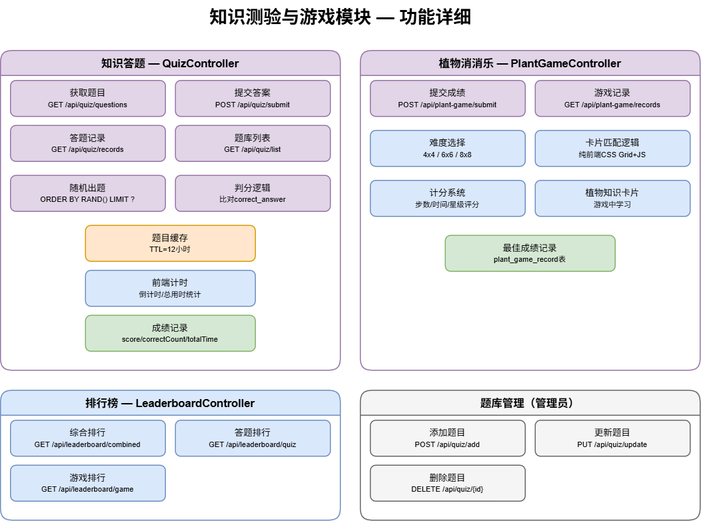
The draw.io diagram docs/diagrams-png/module-quiz-game.drawio.png in yhe3603-star/Graduation-Project, before a commit. Source tidied: cells renumbered, new cells last; positions are measured from the earlier drawing's top-left corner, leaving out a move shared by most shapes. Source of this version:
```xml
<mxGraphModel>
  <root>
    <mxCell id="0" />
    <mxCell id="1" parent="0" />
    <mxCell id="2" value="知识测验与游戏模块 — 功能详细" style="text;html=1;fontSize=18;fontStyle=1;align=center;" parent="1" vertex="1">
      <mxGeometry x="140" width="400" height="30" as="geometry" />
    </mxCell>
    <mxCell id="3" value="知识答题 — QuizController" style="swimlane;startSize=25;fillColor=#e1d5e7;strokeColor=#9673a6;fontSize=11;rounded=1;" parent="1" vertex="1">
      <mxGeometry y="50" width="340" height="320" as="geometry" />
    </mxCell>
    <mxCell id="4" value="获取题目&lt;br&gt;&lt;small&gt;GET /api/quiz/questions&lt;/small&gt;" style="rounded=1;whiteSpace=wrap;html=1;fillColor=#e1d5e7;strokeColor=#9673a6;fontSize=9;" parent="3" vertex="1">
      <mxGeometry x="10" y="30" width="155" height="36" as="geometry" />
    </mxCell>
    <mxCell id="5" value="提交答案&lt;br&gt;&lt;small&gt;POST /api/quiz/submit&lt;/small&gt;" style="rounded=1;whiteSpace=wrap;html=1;fillColor=#e1d5e7;strokeColor=#9673a6;fontSize=9;" parent="3" vertex="1">
      <mxGeometry x="175" y="30" width="155" height="36" as="geometry" />
    </mxCell>
    <mxCell id="6" value="答题记录&lt;br&gt;&lt;small&gt;GET /api/quiz/records&lt;/small&gt;" style="rounded=1;whiteSpace=wrap;html=1;fillColor=#e1d5e7;strokeColor=#9673a6;fontSize=9;" parent="3" vertex="1">
      <mxGeometry x="10" y="75" width="155" height="36" as="geometry" />
    </mxCell>
    <mxCell id="7" value="题库列表&lt;br&gt;&lt;small&gt;GET /api/quiz/list&lt;/small&gt;" style="rounded=1;whiteSpace=wrap;html=1;fillColor=#e1d5e7;strokeColor=#9673a6;fontSize=9;" parent="3" vertex="1">
      <mxGeometry x="175" y="75" width="155" height="36" as="geometry" />
    </mxCell>
    <mxCell id="8" value="随机出题&lt;br&gt;&lt;small&gt;ORDER BY RAND() LIMIT ?&lt;/small&gt;" style="rounded=1;whiteSpace=wrap;html=1;fillColor=#e1d5e7;strokeColor=#9673a6;fontSize=9;" parent="3" vertex="1">
      <mxGeometry x="10" y="125" width="155" height="36" as="geometry" />
    </mxCell>
    <mxCell id="9" value="判分逻辑&lt;br&gt;&lt;small&gt;比对correct_answer&lt;/small&gt;" style="rounded=1;whiteSpace=wrap;html=1;fillColor=#e1d5e7;strokeColor=#9673a6;fontSize=9;" parent="3" vertex="1">
      <mxGeometry x="175" y="125" width="155" height="36" as="geometry" />
    </mxCell>
    <mxCell id="10" value="题目缓存&lt;br&gt;&lt;small&gt;TTL=12小时&lt;/small&gt;" style="rounded=1;whiteSpace=wrap;html=1;fillColor=#ffe6cc;strokeColor=#d79b00;fontSize=9;" parent="3" vertex="1">
      <mxGeometry x="85" y="175" width="170" height="36" as="geometry" />
    </mxCell>
    <mxCell id="11" value="前端计时&lt;br&gt;&lt;small&gt;倒计时/总用时统计&lt;/small&gt;" style="rounded=1;whiteSpace=wrap;html=1;fillColor=#dae8fc;strokeColor=#6c8ebf;fontSize=9;" parent="3" vertex="1">
      <mxGeometry x="85" y="220" width="170" height="36" as="geometry" />
    </mxCell>
    <mxCell id="12" value="成绩记录&lt;br&gt;&lt;small&gt;score/correctCount/totalTime&lt;/small&gt;" style="rounded=1;whiteSpace=wrap;html=1;fillColor=#d5e8d4;strokeColor=#82b366;fontSize=9;" parent="3" vertex="1">
      <mxGeometry x="85" y="265" width="170" height="36" as="geometry" />
    </mxCell>
    <mxCell id="13" value="植物消消乐 — PlantGameController" style="swimlane;startSize=25;fillColor=#e1d5e7;strokeColor=#9673a6;fontSize=11;rounded=1;" parent="1" vertex="1">
      <mxGeometry x="360" y="50" width="340" height="320" as="geometry" />
    </mxCell>
    <mxCell id="14" value="提交成绩&lt;br&gt;&lt;small&gt;POST /api/plant-game/submit&lt;/small&gt;" style="rounded=1;whiteSpace=wrap;html=1;fillColor=#e1d5e7;strokeColor=#9673a6;fontSize=9;" parent="13" vertex="1">
      <mxGeometry x="10" y="30" width="155" height="36" as="geometry" />
    </mxCell>
    <mxCell id="15" value="游戏记录&lt;br&gt;&lt;small&gt;GET /api/plant-game/records&lt;/small&gt;" style="rounded=1;whiteSpace=wrap;html=1;fillColor=#e1d5e7;strokeColor=#9673a6;fontSize=9;" parent="13" vertex="1">
      <mxGeometry x="175" y="30" width="155" height="36" as="geometry" />
    </mxCell>
    <mxCell id="16" value="难度选择&lt;br&gt;&lt;small&gt;4x4 / 6x6 / 8x8&lt;/small&gt;" style="rounded=1;whiteSpace=wrap;html=1;fillColor=#dae8fc;strokeColor=#6c8ebf;fontSize=9;" parent="13" vertex="1">
      <mxGeometry x="10" y="80" width="155" height="36" as="geometry" />
    </mxCell>
    <mxCell id="17" value="卡片匹配逻辑&lt;br&gt;&lt;small&gt;纯前端CSS Grid+JS&lt;/small&gt;" style="rounded=1;whiteSpace=wrap;html=1;fillColor=#dae8fc;strokeColor=#6c8ebf;fontSize=9;" parent="13" vertex="1">
      <mxGeometry x="175" y="80" width="155" height="36" as="geometry" />
    </mxCell>
    <mxCell id="18" value="计分系统&lt;br&gt;&lt;small&gt;步数/时间/星级评分&lt;/small&gt;" style="rounded=1;whiteSpace=wrap;html=1;fillColor=#dae8fc;strokeColor=#6c8ebf;fontSize=9;" parent="13" vertex="1">
      <mxGeometry x="10" y="130" width="155" height="36" as="geometry" />
    </mxCell>
    <mxCell id="19" value="植物知识卡片&lt;br&gt;&lt;small&gt;游戏中学习&lt;/small&gt;" style="rounded=1;whiteSpace=wrap;html=1;fillColor=#dae8fc;strokeColor=#6c8ebf;fontSize=9;" parent="13" vertex="1">
      <mxGeometry x="175" y="130" width="155" height="36" as="geometry" />
    </mxCell>
    <mxCell id="20" value="最佳成绩记录&lt;br&gt;&lt;small&gt;plant_game_record表&lt;/small&gt;" style="rounded=1;whiteSpace=wrap;html=1;fillColor=#d5e8d4;strokeColor=#82b366;fontSize=9;" parent="13" vertex="1">
      <mxGeometry x="85" y="185" width="170" height="36" as="geometry" />
    </mxCell>
    <mxCell id="21" value="排行榜 — LeaderboardController" style="swimlane;startSize=25;fillColor=#dae8fc;strokeColor=#6c8ebf;fontSize=11;rounded=1;" parent="1" vertex="1">
      <mxGeometry y="390" width="340" height="130" as="geometry" />
    </mxCell>
    <mxCell id="22" value="综合排行&lt;br&gt;&lt;small&gt;GET /api/leaderboard/combined&lt;/small&gt;" style="rounded=1;whiteSpace=wrap;html=1;fillColor=#dae8fc;strokeColor=#6c8ebf;fontSize=9;" parent="21" vertex="1">
      <mxGeometry x="10" y="30" width="155" height="36" as="geometry" />
    </mxCell>
    <mxCell id="23" value="答题排行&lt;br&gt;&lt;small&gt;GET /api/leaderboard/quiz&lt;/small&gt;" style="rounded=1;whiteSpace=wrap;html=1;fillColor=#dae8fc;strokeColor=#6c8ebf;fontSize=9;" parent="21" vertex="1">
      <mxGeometry x="175" y="30" width="155" height="36" as="geometry" />
    </mxCell>
    <mxCell id="24" value="游戏排行&lt;br&gt;&lt;small&gt;GET /api/leaderboard/game&lt;/small&gt;" style="rounded=1;whiteSpace=wrap;html=1;fillColor=#dae8fc;strokeColor=#6c8ebf;fontSize=9;" parent="21" vertex="1">
      <mxGeometry x="10" y="75" width="155" height="36" as="geometry" />
    </mxCell>
    <mxCell id="25" value="题库管理（管理员）" style="swimlane;startSize=25;fillColor=#f5f5f5;strokeColor=#666;fontSize=11;rounded=1;" parent="1" vertex="1">
      <mxGeometry x="360" y="390" width="340" height="130" as="geometry" />
    </mxCell>
    <mxCell id="26" value="添加题目&lt;br&gt;&lt;small&gt;POST /api/quiz/add&lt;/small&gt;" style="rounded=1;whiteSpace=wrap;html=1;fillColor=#f5f5f5;strokeColor=#666;fontSize=9;" parent="25" vertex="1">
      <mxGeometry x="10" y="30" width="155" height="36" as="geometry" />
    </mxCell>
    <mxCell id="27" value="更新题目&lt;br&gt;&lt;small&gt;PUT /api/quiz/update&lt;/small&gt;" style="rounded=1;whiteSpace=wrap;html=1;fillColor=#f5f5f5;strokeColor=#666;fontSize=9;" parent="25" vertex="1">
      <mxGeometry x="175" y="30" width="155" height="36" as="geometry" />
    </mxCell>
    <mxCell id="28" value="删除题目&lt;br&gt;&lt;small&gt;DELETE /api/quiz/{id}&lt;/small&gt;" style="rounded=1;whiteSpace=wrap;html=1;fillColor=#f5f5f5;strokeColor=#666;fontSize=9;" parent="25" vertex="1">
      <mxGeometry x="10" y="75" width="155" height="36" as="geometry" />
    </mxCell>
  </root>
</mxGraphModel>
```
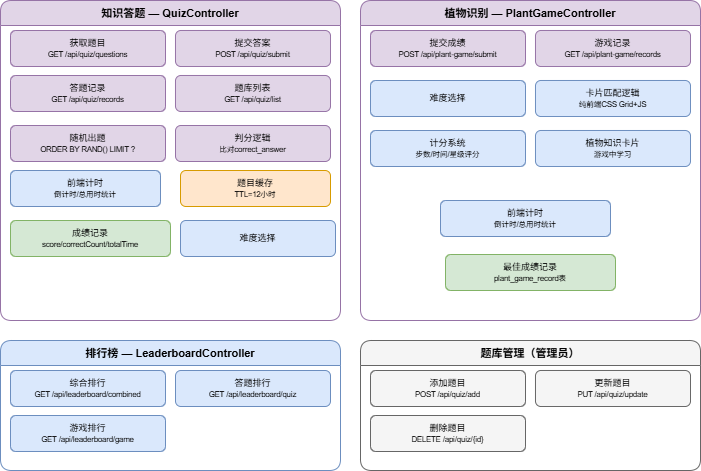
Above is the later version.

The edit, as a diff of the source:
```diff
@@ -2,9 +2,6 @@
   <root>
     <mxCell id="0" />
     <mxCell id="1" parent="0" />
-    <mxCell id="2" value="知识测验与游戏模块 — 功能详细" style="text;html=1;fontSize=18;fontStyle=1;align=center;" parent="1" vertex="1">
-      <mxGeometry x="140" width="400" height="30" as="geometry" />
-    </mxCell>
     <mxCell id="3" value="知识答题 — QuizController" style="swimlane;startSize=25;fillColor=#e1d5e7;strokeColor=#9673a6;fontSize=11;rounded=1;" parent="1" vertex="1">
       <mxGeometry y="50" width="340" height="320" as="geometry" />
     </mxCell>
@@ -27,15 +24,18 @@
       <mxGeometry x="175" y="125" width="155" height="36" as="geometry" />
     </mxCell>
     <mxCell id="10" value="题目缓存&lt;br&gt;&lt;small&gt;TTL=12小时&lt;/small&gt;" style="rounded=1;whiteSpace=wrap;html=1;fillColor=#ffe6cc;strokeColor=#d79b00;fontSize=9;" parent="3" vertex="1">
-      <mxGeometry x="85" y="175" width="170" height="36" as="geometry" />
+      <mxGeometry x="180" y="170" width="150" height="36" as="geometry" />
     </mxCell>
-    <mxCell id="11" value="前端计时&lt;br&gt;&lt;small&gt;倒计时/总用时统计&lt;/small&gt;" style="rounded=1;whiteSpace=wrap;html=1;fillColor=#dae8fc;strokeColor=#6c8ebf;fontSize=9;" parent="3" vertex="1">
-      <mxGeometry x="85" y="220" width="170" height="36" as="geometry" />
-    </mxCell>
     <mxCell id="12" value="成绩记录&lt;br&gt;&lt;small&gt;score/correctCount/totalTime&lt;/small&gt;" style="rounded=1;whiteSpace=wrap;html=1;fillColor=#d5e8d4;strokeColor=#82b366;fontSize=9;" parent="3" vertex="1">
-      <mxGeometry x="85" y="265" width="170" height="36" as="geometry" />
+      <mxGeometry x="10" y="220" width="160" height="36" as="geometry" />
     </mxCell>
+    <mxCell id="29" value="前端计时&lt;br&gt;&lt;small&gt;倒计时/总用时统计&lt;/small&gt;" style="rounded=1;whiteSpace=wrap;html=1;fillColor=#dae8fc;strokeColor=#6c8ebf;fontSize=9;" parent="3" vertex="1">
+      <mxGeometry x="10" y="170" width="150" height="36" as="geometry" />
+    </mxCell>
+    <mxCell id="16" value="难度选择" style="rounded=1;whiteSpace=wrap;html=1;fillColor=#dae8fc;strokeColor=#6c8ebf;fontSize=9;" parent="3" vertex="1">
+      <mxGeometry x="180" y="220" width="155" height="36" as="geometry" />
+    </mxCell>
-    <mxCell id="13" value="植物消消乐 — PlantGameController" style="swimlane;startSize=25;fillColor=#e1d5e7;strokeColor=#9673a6;fontSize=11;rounded=1;" parent="1" vertex="1">
+    <mxCell id="13" value="植物识别 — PlantGameController" style="swimlane;startSize=25;fillColor=#e1d5e7;strokeColor=#9673a6;fontSize=11;rounded=1;" parent="1" vertex="1">
       <mxGeometry x="360" y="50" width="340" height="320" as="geometry" />
     </mxCell>
     <mxCell id="14" value="提交成绩&lt;br&gt;&lt;small&gt;POST /api/plant-game/submit&lt;/small&gt;" style="rounded=1;whiteSpace=wrap;html=1;fillColor=#e1d5e7;strokeColor=#9673a6;fontSize=9;" parent="13" vertex="1">
@@ -44,9 +44,6 @@
     <mxCell id="15" value="游戏记录&lt;br&gt;&lt;small&gt;GET /api/plant-game/records&lt;/small&gt;" style="rounded=1;whiteSpace=wrap;html=1;fillColor=#e1d5e7;strokeColor=#9673a6;fontSize=9;" parent="13" vertex="1">
       <mxGeometry x="175" y="30" width="155" height="36" as="geometry" />
     </mxCell>
-    <mxCell id="16" value="难度选择&lt;br&gt;&lt;small&gt;4x4 / 6x6 / 8x8&lt;/small&gt;" style="rounded=1;whiteSpace=wrap;html=1;fillColor=#dae8fc;strokeColor=#6c8ebf;fontSize=9;" parent="13" vertex="1">
-      <mxGeometry x="10" y="80" width="155" height="36" as="geometry" />
-    </mxCell>
     <mxCell id="17" value="卡片匹配逻辑&lt;br&gt;&lt;small&gt;纯前端CSS Grid+JS&lt;/small&gt;" style="rounded=1;whiteSpace=wrap;html=1;fillColor=#dae8fc;strokeColor=#6c8ebf;fontSize=9;" parent="13" vertex="1">
       <mxGeometry x="175" y="80" width="155" height="36" as="geometry" />
     </mxCell>
@@ -57,8 +54,14 @@
       <mxGeometry x="175" y="130" width="155" height="36" as="geometry" />
     </mxCell>
     <mxCell id="20" value="最佳成绩记录&lt;br&gt;&lt;small&gt;plant_game_record表&lt;/small&gt;" style="rounded=1;whiteSpace=wrap;html=1;fillColor=#d5e8d4;strokeColor=#82b366;fontSize=9;" parent="13" vertex="1">
-      <mxGeometry x="85" y="185" width="170" height="36" as="geometry" />
+      <mxGeometry x="85" y="254" width="170" height="36" as="geometry" />
     </mxCell>
+    <mxCell id="11" value="前端计时&lt;br&gt;&lt;small&gt;倒计时/总用时统计&lt;/small&gt;" style="rounded=1;whiteSpace=wrap;html=1;fillColor=#dae8fc;strokeColor=#6c8ebf;fontSize=9;" parent="13" vertex="1">
+      <mxGeometry x="80" y="200" width="170" height="36" as="geometry" />
+    </mxCell>
+    <mxCell id="30" value="难度选择" style="rounded=1;whiteSpace=wrap;html=1;fillColor=#dae8fc;strokeColor=#6c8ebf;fontSize=9;" parent="13" vertex="1">
+      <mxGeometry x="10" y="80" width="155" height="36" as="geometry" />
+    </mxCell>
     <mxCell id="21" value="排行榜 — LeaderboardController" style="swimlane;startSize=25;fillColor=#dae8fc;strokeColor=#6c8ebf;fontSize=11;rounded=1;" parent="1" vertex="1">
       <mxGeometry y="390" width="340" height="130" as="geometry" />
     </mxCell>
```
